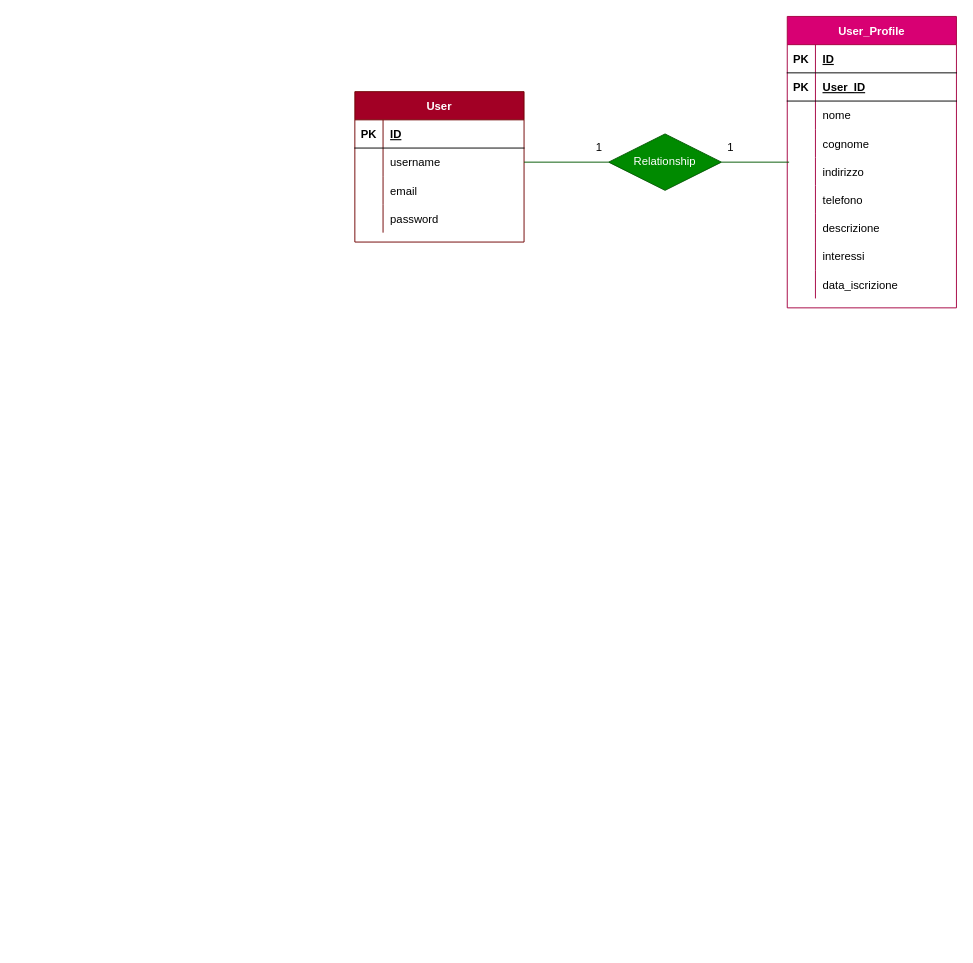
roccorefice/php-oop-2 keeps this draw.io diagram as diagram.drawio. Above is the earlier version. Source tidied: cells renumbered, new cells numbered last; positions are measured from the earlier drawing's top-left corner, leaving out a move shared by most shapes. Both pictures are drawn from the tidied source at 94%, with x=0, y=0 at pixel (354, 16).
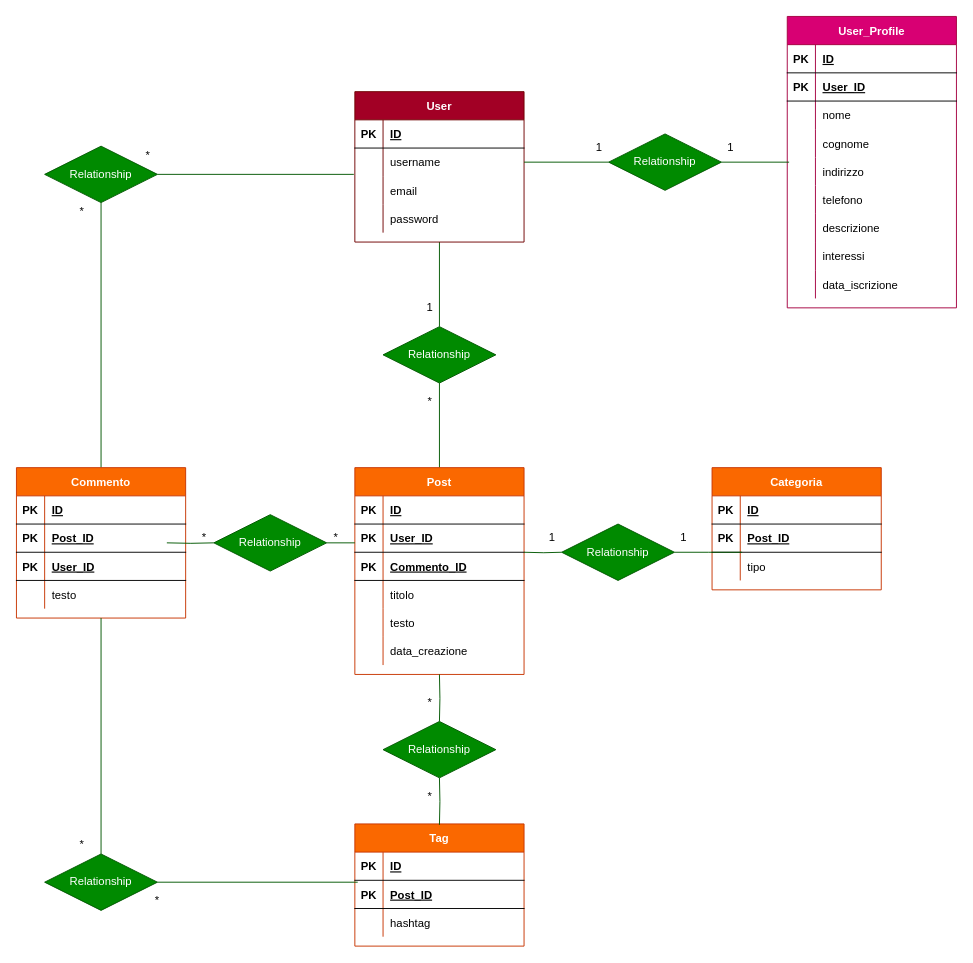
The same diagram, later.

Commit message (it also covers changes not shown here):
diagram bonus completo

The change refers to these unchanged cells:
```xml
<mxCell id="2" value="User" style="shape=table;startSize=30;childLayout=tableLayout;rowLines=0;fontStyle=1;align=center;fillColor=#a20025;strokeColor=#6F0000;fontColor=#ffffff;" parent="1" vertex="1">
  <mxGeometry y="80" width="180" height="160" as="geometry" />
</mxCell>
<mxCell id="9" style="shape=partialRectangle;fillColor=none;top=0;left=0;bottom=0;right=0;points=[[0,0.5],[1,0.5]];portConstraint=eastwest;" parent="2" vertex="1">
  <mxGeometry y="90" width="180" height="30" as="geometry" />
</mxCell>
```

Diff of the diagram source:
```diff
@@
+    <mxCell id="48" style="edgeStyle=orthogonalEdgeStyle;rounded=0;jettySize=auto;html=1;exitX=0.5;exitY=1;exitDx=0;exitDy=0;entryX=0.5;entryY=0;entryDx=0;entryDy=0;endArrow=none;endFill=0;fillColor=#008a00;strokeColor=#005700;" parent="1" edge="1" source="2" target="69">
+      <mxGeometry relative="1" as="geometry" />
+    </mxCell>
@@
+    <mxCell id="49" style="edgeStyle=orthogonalEdgeStyle;rounded=0;jettySize=auto;html=1;exitX=0.5;exitY=0;exitDx=0;exitDy=0;entryX=0.5;entryY=1;entryDx=0;entryDy=0;endArrow=none;endFill=0;fillColor=#008a00;strokeColor=#005700;" parent="1" edge="1" source="50" target="69">
+      <mxGeometry relative="1" as="geometry" />
+    </mxCell>
+    <mxCell id="50" value="Post" style="shape=table;startSize=30;childLayout=tableLayout;rowLines=0;fontStyle=1;align=center;fillColor=#fa6800;strokeColor=#C73500;fontColor=#ffffff;" parent="1" vertex="1">
+      <mxGeometry y="480" width="180" height="220" as="geometry" />
+    </mxCell>
+    <mxCell id="51" style="shape=partialRectangle;fillColor=none;top=0;left=0;bottom=1;right=0;" parent="50" vertex="1">
+      <mxGeometry y="30" width="180" height="30" as="geometry" />
+    </mxCell>
+    <mxCell id="52" value="PK" style="shape=partialRectangle;fillColor=none;top=0;left=0;bottom=0;right=0;fontStyle=1;overflow=hidden;" parent="51" vertex="1">
+      <mxGeometry width="30" height="30" as="geometry" />
+    </mxCell>
+    <mxCell id="53" value="ID" style="shape=partialRectangle;fillColor=none;top=0;left=0;bottom=0;right=0;align=left;spacingLeft=6;fontStyle=5;overflow=hidden;" parent="51" vertex="1">
+      <mxGeometry x="30" width="150" height="30" as="geometry" />
+    </mxCell>
+    <mxCell id="54" style="shape=partialRectangle;fillColor=none;top=0;left=0;bottom=1;right=0;" parent="50" vertex="1">
+      <mxGeometry y="60" width="180" height="30" as="geometry" />
+    </mxCell>
+    <mxCell id="55" value="PK" style="shape=partialRectangle;fillColor=none;top=0;left=0;bottom=0;right=0;fontStyle=1;overflow=hidden;" parent="54" vertex="1">
+      <mxGeometry width="30" height="30" as="geometry" />
+    </mxCell>
+    <mxCell id="56" value="User_ID" style="shape=partialRectangle;fillColor=none;top=0;left=0;bottom=0;right=0;align=left;spacingLeft=6;fontStyle=5;overflow=hidden;" parent="54" vertex="1">
+      <mxGeometry x="30" width="150" height="30" as="geometry" />
+    </mxCell>
+    <mxCell id="57" style="shape=partialRectangle;fillColor=none;top=0;left=0;bottom=1;right=0;" parent="50" vertex="1">
+      <mxGeometry y="90" width="180" height="30" as="geometry" />
+    </mxCell>
+    <mxCell id="58" value="PK" style="shape=partialRectangle;fillColor=none;top=0;left=0;bottom=0;right=0;fontStyle=1;overflow=hidden;" parent="57" vertex="1">
+      <mxGeometry width="30" height="30" as="geometry" />
+    </mxCell>
+    <mxCell id="59" value="Commento_ID" style="shape=partialRectangle;fillColor=none;top=0;left=0;bottom=0;right=0;align=left;spacingLeft=6;fontStyle=5;overflow=hidden;" parent="57" vertex="1">
+      <mxGeometry x="30" width="150" height="30" as="geometry" />
+    </mxCell>
+    <mxCell id="60" style="shape=partialRectangle;fillColor=none;top=0;left=0;bottom=0;right=0;" parent="50" vertex="1">
+      <mxGeometry y="120" width="180" height="30" as="geometry" />
+    </mxCell>
+    <mxCell id="61" style="shape=partialRectangle;fillColor=none;top=0;left=0;bottom=0;right=0;overflow=hidden;" parent="60" vertex="1">
+      <mxGeometry width="30" height="30" as="geometry" />
+    </mxCell>
+    <mxCell id="62" value="titolo" style="shape=partialRectangle;fillColor=none;top=0;left=0;bottom=0;right=0;align=left;spacingLeft=6;overflow=hidden;" parent="60" vertex="1">
+      <mxGeometry x="30" width="150" height="30" as="geometry" />
+    </mxCell>
+    <mxCell id="63" style="shape=partialRectangle;fillColor=none;top=0;left=0;bottom=0;right=0;" parent="50" vertex="1">
+      <mxGeometry y="150" width="180" height="30" as="geometry" />
+    </mxCell>
+    <mxCell id="64" style="shape=partialRectangle;fillColor=none;top=0;left=0;bottom=0;right=0;overflow=hidden;" parent="63" vertex="1">
+      <mxGeometry width="30" height="30" as="geometry" />
+    </mxCell>
+    <mxCell id="65" value="testo" style="shape=partialRectangle;fillColor=none;top=0;left=0;bottom=0;right=0;align=left;spacingLeft=6;overflow=hidden;" parent="63" vertex="1">
+      <mxGeometry x="30" width="150" height="30" as="geometry" />
+    </mxCell>
+    <mxCell id="66" style="shape=partialRectangle;fillColor=none;top=0;left=0;bottom=0;right=0;" parent="50" vertex="1">
+      <mxGeometry y="180" width="180" height="30" as="geometry" />
+    </mxCell>
+    <mxCell id="67" style="shape=partialRectangle;fillColor=none;top=0;left=0;bottom=0;right=0;overflow=hidden;" parent="66" vertex="1">
+      <mxGeometry width="30" height="30" as="geometry" />
+    </mxCell>
+    <mxCell id="68" value="data_creazione" style="shape=partialRectangle;fillColor=none;top=0;left=0;bottom=0;right=0;align=left;spacingLeft=6;overflow=hidden;" parent="66" vertex="1">
+      <mxGeometry x="30" width="150" height="30" as="geometry" />
+    </mxCell>
+    <mxCell id="69" value="Relationship" style="shape=rhombus;perimeter=rhombusPerimeter;whiteSpace=wrap;html=1;align=center;fillColor=#008a00;strokeColor=#005700;fontColor=#ffffff;" parent="1" vertex="1">
+      <mxGeometry x="30" y="330" width="120" height="60" as="geometry" />
+    </mxCell>
+    <mxCell id="70" value="1" style="text;html=1;strokeColor=none;fillColor=none;align=center;verticalAlign=middle;whiteSpace=wrap;rounded=0;" parent="1" vertex="1">
+      <mxGeometry x="60" y="300" width="40" height="20" as="geometry" />
+    </mxCell>
+    <mxCell id="71" value="*" style="text;html=1;strokeColor=none;fillColor=none;align=center;verticalAlign=middle;whiteSpace=wrap;rounded=0;" parent="1" vertex="1">
+      <mxGeometry x="60" y="400" width="40" height="20" as="geometry" />
+    </mxCell>
+    <mxCell id="72" style="edgeStyle=orthogonalEdgeStyle;rounded=0;jettySize=auto;html=1;exitX=0.5;exitY=0;exitDx=0;exitDy=0;entryX=0.5;entryY=1;entryDx=0;entryDy=0;endArrow=none;endFill=0;fillColor=#008a00;strokeColor=#005700;" parent="1" edge="1" source="73" target="92">
+      <mxGeometry relative="1" as="geometry" />
+    </mxCell>
+    <mxCell id="73" value="Commento" style="shape=table;startSize=30;childLayout=tableLayout;rowLines=0;fontStyle=1;align=center;fillColor=#fa6800;strokeColor=#C73500;fontColor=#ffffff;" parent="1" vertex="1">
+      <mxGeometry x="-360" y="480" width="180" height="160" as="geometry" />
+    </mxCell>
+    <mxCell id="74" style="shape=partialRectangle;fillColor=none;top=0;left=0;bottom=1;right=0;" parent="73" vertex="1">
+      <mxGeometry y="30" width="180" height="30" as="geometry" />
+    </mxCell>
+    <mxCell id="75" value="PK" style="shape=partialRectangle;fillColor=none;top=0;left=0;bottom=0;right=0;fontStyle=1;overflow=hidden;" parent="74" vertex="1">
+      <mxGeometry width="30" height="30" as="geometry" />
+    </mxCell>
+    <mxCell id="76" value="ID" style="shape=partialRectangle;fillColor=none;top=0;left=0;bottom=0;right=0;align=left;spacingLeft=6;fontStyle=5;overflow=hidden;" parent="74" vertex="1">
+      <mxGeometry x="30" width="150" height="30" as="geometry" />
+    </mxCell>
+    <mxCell id="77" style="shape=partialRectangle;fillColor=none;top=0;left=0;bottom=1;right=0;" parent="73" vertex="1">
+      <mxGeometry y="60" width="180" height="30" as="geometry" />
+    </mxCell>
+    <mxCell id="78" value="PK" style="shape=partialRectangle;fillColor=none;top=0;left=0;bottom=0;right=0;fontStyle=1;overflow=hidden;" parent="77" vertex="1">
+      <mxGeometry width="30" height="30" as="geometry" />
+    </mxCell>
+    <mxCell id="79" value="Post_ID" style="shape=partialRectangle;fillColor=none;top=0;left=0;bottom=0;right=0;align=left;spacingLeft=6;fontStyle=5;overflow=hidden;" parent="77" vertex="1">
+      <mxGeometry x="30" width="150" height="30" as="geometry" />
+    </mxCell>
+    <mxCell id="80" style="shape=partialRectangle;fillColor=none;top=0;left=0;bottom=1;right=0;" parent="73" vertex="1">
+      <mxGeometry y="90" width="180" height="30" as="geometry" />
+    </mxCell>
+    <mxCell id="81" value="PK" style="shape=partialRectangle;fillColor=none;top=0;left=0;bottom=0;right=0;fontStyle=1;overflow=hidden;" parent="80" vertex="1">
+      <mxGeometry width="30" height="30" as="geometry" />
+    </mxCell>
+    <mxCell id="82" value="User_ID" style="shape=partialRectangle;fillColor=none;top=0;left=0;bottom=0;right=0;align=left;spacingLeft=6;fontStyle=5;overflow=hidden;" parent="80" vertex="1">
+      <mxGeometry x="30" width="150" height="30" as="geometry" />
+    </mxCell>
+    <mxCell id="83" style="shape=partialRectangle;fillColor=none;top=0;left=0;bottom=0;right=0;" parent="73" vertex="1">
+      <mxGeometry y="120" width="180" height="30" as="geometry" />
+    </mxCell>
+    <mxCell id="84" style="shape=partialRectangle;fillColor=none;top=0;left=0;bottom=0;right=0;overflow=hidden;" parent="83" vertex="1">
+      <mxGeometry width="30" height="30" as="geometry" />
+    </mxCell>
+    <mxCell id="85" value="testo" style="shape=partialRectangle;fillColor=none;top=0;left=0;bottom=0;right=0;align=left;spacingLeft=6;overflow=hidden;" parent="83" vertex="1">
+      <mxGeometry x="30" width="150" height="30" as="geometry" />
+    </mxCell>
+    <mxCell id="86" style="edgeStyle=orthogonalEdgeStyle;rounded=0;jettySize=auto;html=1;exitX=1;exitY=0.5;exitDx=0;exitDy=0;endArrow=none;endFill=0;fillColor=#008a00;strokeColor=#005700;" parent="1" edge="1" source="87">
+      <mxGeometry relative="1" as="geometry">
+        <mxPoint y="560" as="targetPoint" />
+      </mxGeometry>
+    </mxCell>
+    <mxCell id="87" value="Relationship" style="shape=rhombus;perimeter=rhombusPerimeter;whiteSpace=wrap;html=1;align=center;fillColor=#008a00;strokeColor=#005700;fontColor=#ffffff;" parent="1" vertex="1">
+      <mxGeometry x="-150" y="530" width="120" height="60" as="geometry" />
+    </mxCell>
+    <mxCell id="88" style="edgeStyle=orthogonalEdgeStyle;rounded=0;jettySize=auto;html=1;entryX=0;entryY=0.5;entryDx=0;entryDy=0;endArrow=none;endFill=0;fillColor=#008a00;strokeColor=#005700;" parent="1" edge="1" target="87">
+      <mxGeometry relative="1" as="geometry">
+        <mxPoint x="-200" y="560" as="sourcePoint" />
+      </mxGeometry>
+    </mxCell>
+    <mxCell id="89" value="*" style="text;html=1;strokeColor=none;fillColor=none;align=center;verticalAlign=middle;whiteSpace=wrap;rounded=0;" parent="1" vertex="1">
+      <mxGeometry x="-180" y="545" width="40" height="20" as="geometry" />
+    </mxCell>
+    <mxCell id="90" value="*" style="text;html=1;strokeColor=none;fillColor=none;align=center;verticalAlign=middle;whiteSpace=wrap;rounded=0;" parent="1" vertex="1">
+      <mxGeometry x="-40" y="545" width="40" height="20" as="geometry" />
+    </mxCell>
+    <mxCell id="91" style="edgeStyle=orthogonalEdgeStyle;rounded=0;jettySize=auto;html=1;exitX=1;exitY=0.5;exitDx=0;exitDy=0;entryX=-0.006;entryY=-0.067;entryDx=0;entryDy=0;entryPerimeter=0;endArrow=none;endFill=0;fillColor=#008a00;strokeColor=#005700;" parent="1" edge="1" source="92" target="9">
+      <mxGeometry relative="1" as="geometry" />
+    </mxCell>
+    <mxCell id="92" value="Relationship" style="shape=rhombus;perimeter=rhombusPerimeter;whiteSpace=wrap;html=1;align=center;fillColor=#008a00;strokeColor=#005700;fontColor=#ffffff;" parent="1" vertex="1">
+      <mxGeometry x="-330" y="138" width="120" height="60" as="geometry" />
+    </mxCell>
+    <mxCell id="93" value="Tag" style="shape=table;startSize=30;childLayout=tableLayout;rowLines=0;fontStyle=1;align=center;fillColor=#fa6800;strokeColor=#C73500;fontColor=#ffffff;" parent="1" vertex="1">
+      <mxGeometry y="859" width="180" height="130" as="geometry" />
+    </mxCell>
+    <mxCell id="94" style="shape=partialRectangle;fillColor=none;top=0;left=0;bottom=1;right=0;" parent="93" vertex="1">
+      <mxGeometry y="30" width="180" height="30" as="geometry" />
+    </mxCell>
+    <mxCell id="95" value="PK" style="shape=partialRectangle;fillColor=none;top=0;left=0;bottom=0;right=0;fontStyle=1;overflow=hidden;" parent="94" vertex="1">
+      <mxGeometry width="30" height="30" as="geometry" />
+    </mxCell>
+    <mxCell id="96" value="ID" style="shape=partialRectangle;fillColor=none;top=0;left=0;bottom=0;right=0;align=left;spacingLeft=6;fontStyle=5;overflow=hidden;" parent="94" vertex="1">
+      <mxGeometry x="30" width="150" height="30" as="geometry" />
+    </mxCell>
+    <mxCell id="97" style="shape=partialRectangle;fillColor=none;top=0;left=0;bottom=1;right=0;points=[[0,0.5],[1,0.5]];portConstraint=eastwest;" parent="93" vertex="1">
+      <mxGeometry y="60" width="180" height="30" as="geometry" />
+    </mxCell>
+    <mxCell id="98" value="PK" style="shape=partialRectangle;fillColor=none;top=0;left=0;bottom=0;right=0;fontStyle=1;overflow=hidden;" parent="97" vertex="1">
+      <mxGeometry width="30" height="30" as="geometry" />
+    </mxCell>
+    <mxCell id="99" value="Post_ID" style="shape=partialRectangle;fillColor=none;top=0;left=0;bottom=0;right=0;align=left;spacingLeft=6;fontStyle=5;overflow=hidden;" parent="97" vertex="1">
+      <mxGeometry x="30" width="150" height="30" as="geometry" />
+    </mxCell>
+    <mxCell id="100" style="shape=partialRectangle;fillColor=none;top=0;left=0;bottom=0;right=0;" parent="93" vertex="1">
+      <mxGeometry y="90" width="180" height="30" as="geometry" />
+    </mxCell>
+    <mxCell id="101" style="shape=partialRectangle;fillColor=none;top=0;left=0;bottom=0;right=0;overflow=hidden;" parent="100" vertex="1">
+      <mxGeometry width="30" height="30" as="geometry" />
+    </mxCell>
+    <mxCell id="102" value="hashtag" style="shape=partialRectangle;fillColor=none;top=0;left=0;bottom=0;right=0;align=left;spacingLeft=6;overflow=hidden;" parent="100" vertex="1">
+      <mxGeometry x="30" width="150" height="30" as="geometry" />
+    </mxCell>
+    <mxCell id="103" style="edgeStyle=orthogonalEdgeStyle;rounded=0;jettySize=auto;html=1;entryX=0.5;entryY=0;entryDx=0;entryDy=0;endArrow=none;endFill=0;fillColor=#008a00;strokeColor=#005700;" parent="1" edge="1" target="105">
+      <mxGeometry relative="1" as="geometry">
+        <mxPoint x="90" y="700" as="sourcePoint" />
+      </mxGeometry>
+    </mxCell>
+    <mxCell id="104" style="edgeStyle=orthogonalEdgeStyle;rounded=0;jettySize=auto;html=1;entryX=0.5;entryY=1;entryDx=0;entryDy=0;endArrow=none;endFill=0;fillColor=#008a00;strokeColor=#005700;" parent="1" edge="1" target="105">
+      <mxGeometry relative="1" as="geometry">
+        <mxPoint x="90" y="860" as="sourcePoint" />
+      </mxGeometry>
+    </mxCell>
+    <mxCell id="105" value="Relationship" style="shape=rhombus;perimeter=rhombusPerimeter;whiteSpace=wrap;html=1;align=center;fillColor=#008a00;strokeColor=#005700;fontColor=#ffffff;" parent="1" vertex="1">
+      <mxGeometry x="30" y="750" width="120" height="60" as="geometry" />
+    </mxCell>
+    <mxCell id="106" value="*" style="text;html=1;strokeColor=none;fillColor=none;align=center;verticalAlign=middle;whiteSpace=wrap;rounded=0;" parent="1" vertex="1">
+      <mxGeometry x="60" y="720" width="40" height="20" as="geometry" />
+    </mxCell>
+    <mxCell id="107" value="*" style="text;html=1;strokeColor=none;fillColor=none;align=center;verticalAlign=middle;whiteSpace=wrap;rounded=0;" parent="1" vertex="1">
+      <mxGeometry x="60" y="820" width="40" height="20" as="geometry" />
+    </mxCell>
+    <mxCell id="108" value="Categoria" style="shape=table;startSize=30;childLayout=tableLayout;rowLines=0;fontStyle=1;align=center;fillColor=#fa6800;strokeColor=#C73500;fontColor=#ffffff;" parent="1" vertex="1">
+      <mxGeometry x="380" y="480" width="180" height="130" as="geometry" />
+    </mxCell>
+    <mxCell id="109" style="shape=partialRectangle;fillColor=none;top=0;left=0;bottom=1;right=0;" parent="108" vertex="1">
+      <mxGeometry y="30" width="180" height="30" as="geometry" />
+    </mxCell>
+    <mxCell id="110" value="PK" style="shape=partialRectangle;fillColor=none;top=0;left=0;bottom=0;right=0;fontStyle=1;overflow=hidden;" parent="109" vertex="1">
+      <mxGeometry width="30" height="30" as="geometry" />
+    </mxCell>
+    <mxCell id="111" value="ID" style="shape=partialRectangle;fillColor=none;top=0;left=0;bottom=0;right=0;align=left;spacingLeft=6;fontStyle=5;overflow=hidden;" parent="109" vertex="1">
+      <mxGeometry x="30" width="150" height="30" as="geometry" />
+    </mxCell>
+    <mxCell id="112" style="shape=partialRectangle;fillColor=none;top=0;left=0;bottom=1;right=0;" parent="108" vertex="1">
+      <mxGeometry y="60" width="180" height="30" as="geometry" />
+    </mxCell>
+    <mxCell id="113" value="PK" style="shape=partialRectangle;fillColor=none;top=0;left=0;bottom=0;right=0;fontStyle=1;overflow=hidden;" parent="112" vertex="1">
+      <mxGeometry width="30" height="30" as="geometry" />
+    </mxCell>
+    <mxCell id="114" value="Post_ID" style="shape=partialRectangle;fillColor=none;top=0;left=0;bottom=0;right=0;align=left;spacingLeft=6;fontStyle=5;overflow=hidden;" parent="112" vertex="1">
+      <mxGeometry x="30" width="150" height="30" as="geometry" />
+    </mxCell>
+    <mxCell id="115" style="shape=partialRectangle;fillColor=none;top=0;left=0;bottom=0;right=0;" parent="108" vertex="1">
+      <mxGeometry y="90" width="180" height="30" as="geometry" />
+    </mxCell>
+    <mxCell id="116" style="shape=partialRectangle;fillColor=none;top=0;left=0;bottom=0;right=0;overflow=hidden;" parent="115" vertex="1">
+      <mxGeometry width="30" height="30" as="geometry" />
+    </mxCell>
+    <mxCell id="117" value="tipo" style="shape=partialRectangle;fillColor=none;top=0;left=0;bottom=0;right=0;align=left;spacingLeft=6;overflow=hidden;" parent="115" vertex="1">
+      <mxGeometry x="30" width="150" height="30" as="geometry" />
+    </mxCell>
+    <mxCell id="118" style="edgeStyle=orthogonalEdgeStyle;rounded=0;jettySize=auto;html=1;exitX=1;exitY=0.5;exitDx=0;exitDy=0;entryX=0.011;entryY=0.167;entryDx=0;entryDy=0;entryPerimeter=0;endArrow=none;endFill=0;fillColor=#008a00;strokeColor=#005700;" parent="1" edge="1" source="119">
+      <mxGeometry relative="1" as="geometry">
+        <mxPoint x="412" y="570" as="targetPoint" />
+      </mxGeometry>
+    </mxCell>
+    <mxCell id="119" value="Relationship" style="shape=rhombus;perimeter=rhombusPerimeter;whiteSpace=wrap;html=1;align=center;fillColor=#008a00;strokeColor=#005700;fontColor=#ffffff;" parent="1" vertex="1">
+      <mxGeometry x="220" y="540" width="120" height="60" as="geometry" />
+    </mxCell>
+    <mxCell id="120" style="edgeStyle=orthogonalEdgeStyle;rounded=0;jettySize=auto;html=1;exitX=1;exitY=0.5;exitDx=0;exitDy=0;entryX=0;entryY=0.5;entryDx=0;entryDy=0;endArrow=none;endFill=0;fillColor=#008a00;strokeColor=#005700;" parent="1" edge="1" target="119">
+      <mxGeometry relative="1" as="geometry">
+        <mxPoint x="180" y="570" as="sourcePoint" />
+      </mxGeometry>
+    </mxCell>
+    <mxCell id="121" value="1" style="text;html=1;strokeColor=none;fillColor=none;align=center;verticalAlign=middle;whiteSpace=wrap;rounded=0;" parent="1" vertex="1">
+      <mxGeometry x="190" y="545" width="40" height="20" as="geometry" />
+    </mxCell>
+    <mxCell id="122" value="1" style="text;html=1;strokeColor=none;fillColor=none;align=center;verticalAlign=middle;whiteSpace=wrap;rounded=0;" parent="1" vertex="1">
+      <mxGeometry x="330" y="545" width="40" height="20" as="geometry" />
+    </mxCell>
+    <mxCell id="123" value="*" style="text;html=1;strokeColor=none;fillColor=none;align=center;verticalAlign=middle;whiteSpace=wrap;rounded=0;" parent="1" vertex="1">
+      <mxGeometry x="-310" y="198" width="40" height="20" as="geometry" />
+    </mxCell>
+    <mxCell id="124" value="*" style="text;html=1;strokeColor=none;fillColor=none;align=center;verticalAlign=middle;whiteSpace=wrap;rounded=0;" parent="1" vertex="1">
+      <mxGeometry x="-240" y="138" width="40" height="20" as="geometry" />
+    </mxCell>
+    <mxCell id="125" style="edgeStyle=orthogonalEdgeStyle;rounded=0;jettySize=auto;html=1;exitX=1;exitY=0.5;exitDx=0;exitDy=0;entryX=0.017;entryY=0.067;entryDx=0;entryDy=0;entryPerimeter=0;endArrow=none;endFill=0;fillColor=#008a00;strokeColor=#005700;" parent="1" edge="1" source="127" target="97">
+      <mxGeometry relative="1" as="geometry" />
+    </mxCell>
+    <mxCell id="126" style="edgeStyle=orthogonalEdgeStyle;rounded=0;jettySize=auto;html=1;exitX=0.5;exitY=0;exitDx=0;exitDy=0;entryX=0.5;entryY=1;entryDx=0;entryDy=0;endArrow=none;endFill=0;fillColor=#008a00;strokeColor=#005700;" parent="1" edge="1" source="127" target="73">
+      <mxGeometry relative="1" as="geometry" />
+    </mxCell>
+    <mxCell id="127" value="Relationship" style="shape=rhombus;perimeter=rhombusPerimeter;whiteSpace=wrap;html=1;align=center;fillColor=#008a00;strokeColor=#005700;fontColor=#ffffff;" parent="1" vertex="1">
+      <mxGeometry x="-330" y="891" width="120" height="60" as="geometry" />
+    </mxCell>
+    <mxCell id="128" value="*" style="text;html=1;strokeColor=none;fillColor=none;align=center;verticalAlign=middle;whiteSpace=wrap;rounded=0;" parent="1" vertex="1">
+      <mxGeometry x="-310" y="871" width="40" height="20" as="geometry" />
+    </mxCell>
+    <mxCell id="129" value="*" style="text;html=1;strokeColor=none;fillColor=none;align=center;verticalAlign=middle;whiteSpace=wrap;rounded=0;" parent="1" vertex="1">
+      <mxGeometry x="-230" y="931" width="40" height="20" as="geometry" />
+    </mxCell>
```
